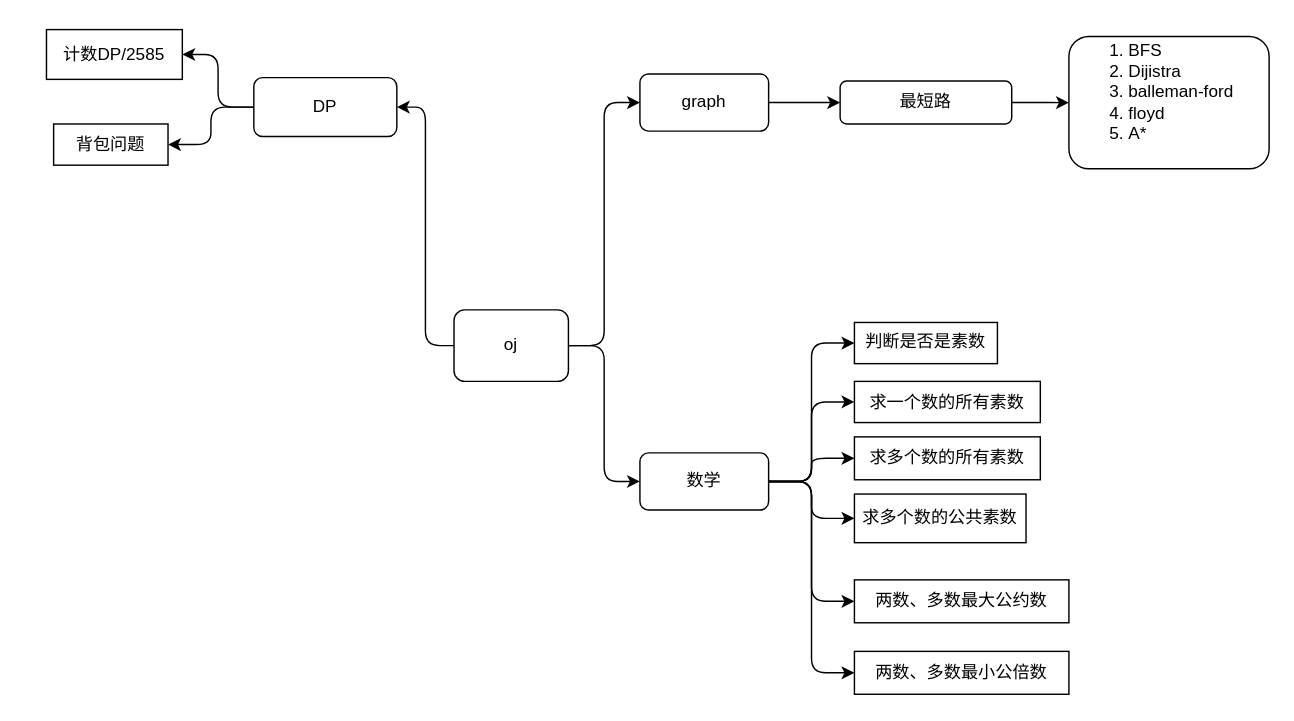
Earlier version of the draw.io diagram source/diagrams/leetcode.drawio (wxquare/wxquare.github.io). Source tidied: cells renumbered, new cells numbered last; positions are measured from the earlier drawing's top-left corner, leaving out a move shared by most shapes. Both pictures are drawn from the tidied source at 143%, with x=0, y=0 at pixel (46, 29).
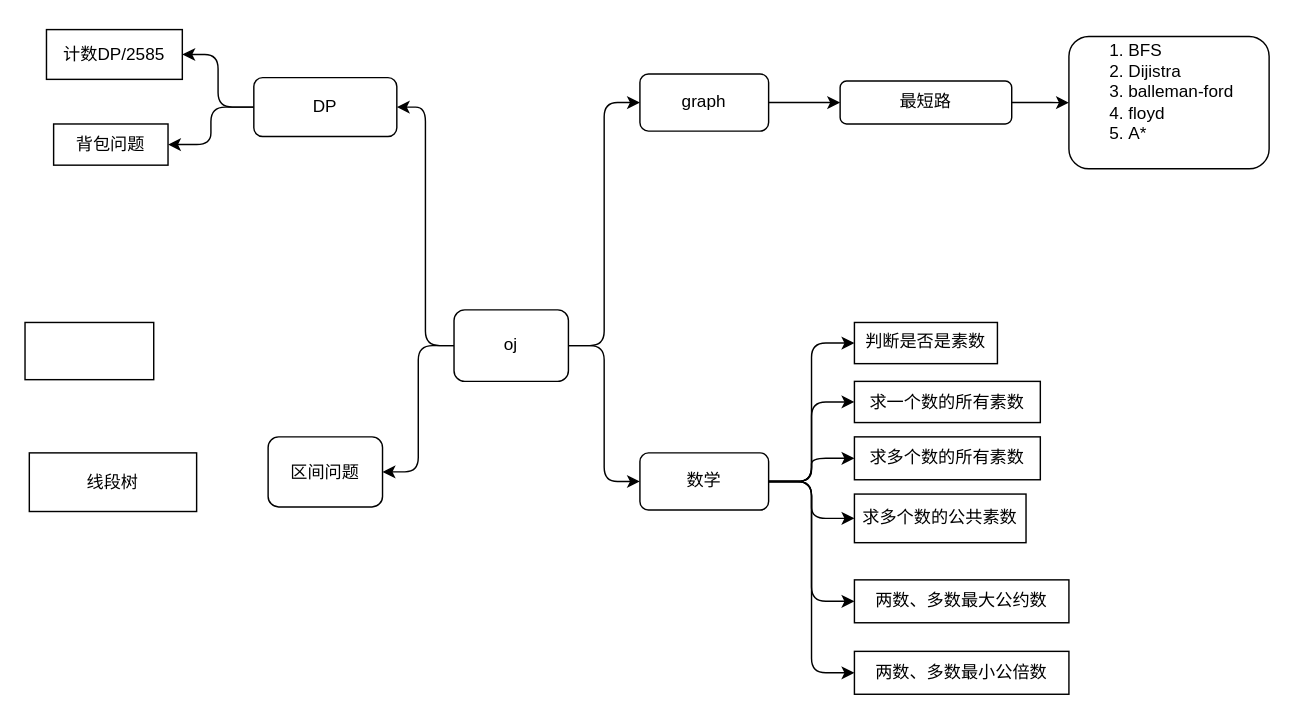
After the change.

The change refers to these unchanged cells:
```xml
<mxCell id="5" value="oj" style="rounded=1;whiteSpace=wrap;html=1;" parent="1" vertex="1">
  <mxGeometry x="285" y="196.2" width="80" height="50" as="geometry" />
</mxCell>
```

Change to the diagram source:
```diff
@@
+    <mxCell id="29" style="edgeStyle=orthogonalEdgeStyle;rounded=1;jettySize=auto;html=1;exitX=0;exitY=0.5;exitDx=0;exitDy=0;entryX=1;entryY=0.5;entryDx=0;entryDy=0;" parent="1" edge="1" source="5" target="30">
+      <mxGeometry relative="1" as="geometry" />
+    </mxCell>
@@
+    <mxCell id="30" value="区间问题" style="rounded=1;whiteSpace=wrap;html=1;" parent="1" vertex="1">
+      <mxGeometry x="155" y="285" width="80" height="49" as="geometry" />
+    </mxCell>
+    <mxCell id="31" value="线段树" style="rounded=0;whiteSpace=wrap;html=1;" parent="1" vertex="1">
+      <mxGeometry x="-12" y="296.2" width="117" height="41" as="geometry" />
+    </mxCell>
+    <mxCell id="32" style="rounded=0;whiteSpace=wrap;html=1;" parent="1" vertex="1">
+      <mxGeometry x="-15" y="205" width="90" height="40" as="geometry" />
+    </mxCell>
```
